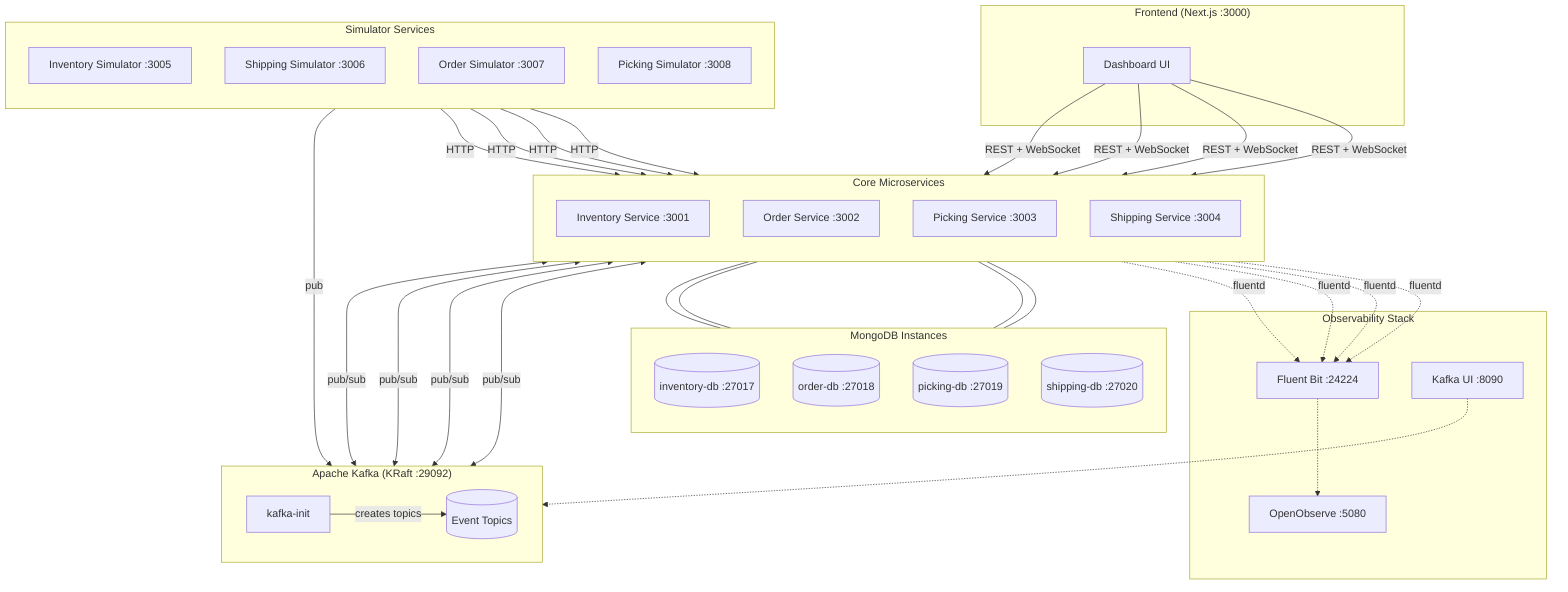
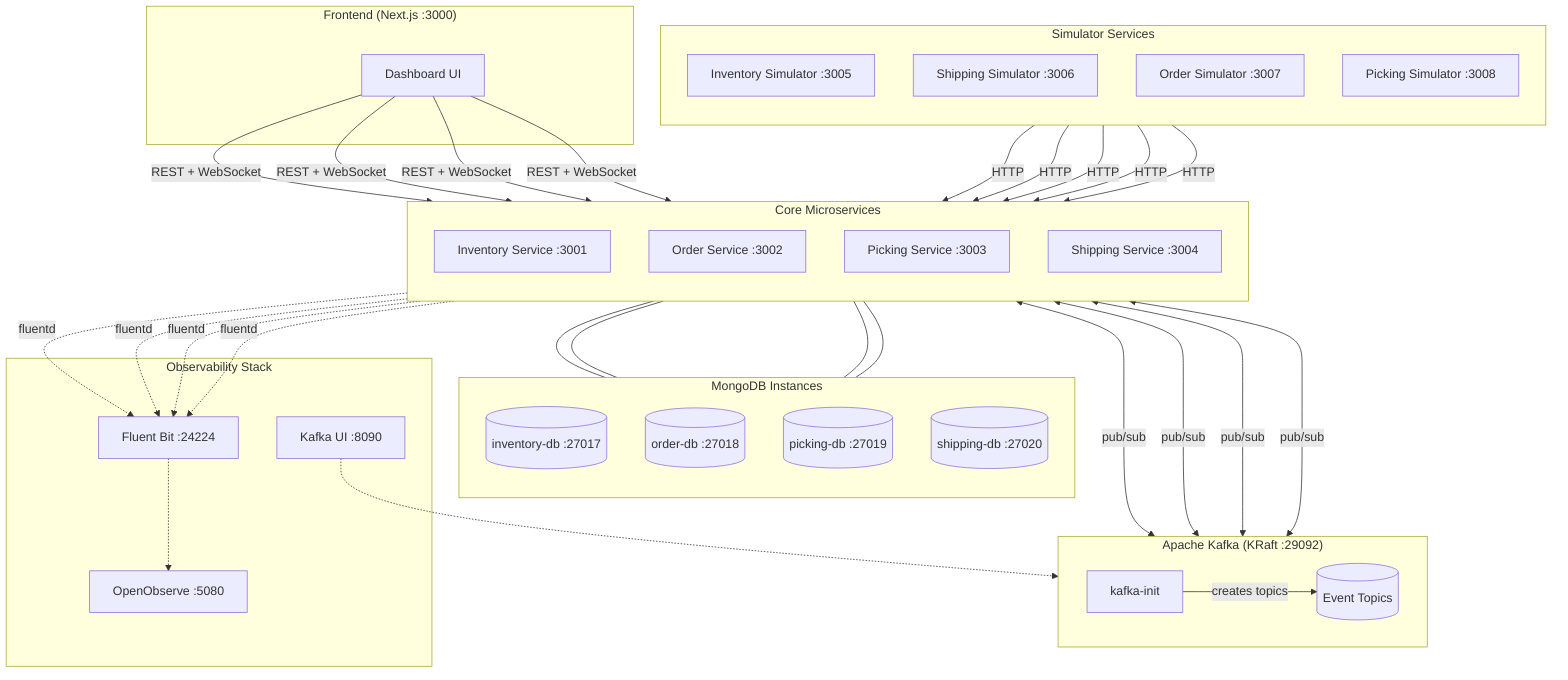
graph TB
    %% Frontend
    subgraph Frontend["Frontend (Next.js :3000)"]
        UI[Dashboard UI]
    end

    %% Message Broker
    subgraph Kafka["Apache Kafka (KRaft :29092)"]
        direction LR
        KI[kafka-init]
        Topics[(Event Topics)]
    end

    %% Core Microservices
    subgraph Core["Core Microservices"]
        direction TB
        INV[Inventory Service :3001]
        ORD[Order Service :3002]
        PICK[Picking Service :3003]
        SHIP[Shipping Service :3004]
    end

    %% Simulators
    subgraph Simulators["Simulator Services"]
        direction TB
        INVSIM[Inventory Simulator :3005]
        SHIPSIM[Shipping Simulator :3006]
        ORDSIM[Order Simulator :3007]
        PICKSIM[Picking Simulator :3008]
    end

    %% Databases
    subgraph Databases["MongoDB Instances"]
        direction TB
        INVDB[(inventory-db :27017)]
        ORDDB[(order-db :27018)]
        PICKDB[(picking-db :27019)]
        SHIPDB[(shipping-db :27020)]
    end

    %% Observability
    subgraph Observability["Observability Stack"]
        FB[Fluent Bit :24224]
        OO[OpenObserve :5080]
        KUI[Kafka UI :8090]
    end

    %% Frontend connections
    UI -->|REST + WebSocket| INV
    UI -->|REST + WebSocket| ORD
    UI -->|REST + WebSocket| PICK
    UI -->|REST + WebSocket| SHIP

    %% Core to Kafka
    INV <-->|pub/sub| Topics
    ORD <-->|pub/sub| Topics
    PICK <-->|pub/sub| Topics
    SHIP <-->|pub/sub| Topics

-     %% Simulators to Kafka
-     INVSIM -->|pub| Topics
+     %% Simulators to Services (HTTP only)
+     INVSIM -->|HTTP| INV
    SHIPSIM -->|HTTP| SHIP
    ORDSIM -->|HTTP| ORD
    ORDSIM -->|HTTP| INV
    PICKSIM -->|HTTP| PICK

    %% DB connections
    INV --- INVDB
    ORD --- ORDDB
    PICK --- PICKDB
    SHIP --- SHIPDB

    %% Observability
    INV -.->|fluentd| FB
    ORD -.->|fluentd| FB
    PICK -.->|fluentd| FB
    SHIP -.->|fluentd| FB
    FB -.-> OO
    KUI -.-> Topics

    %% Kafka init
    KI -->|creates topics| Topics
